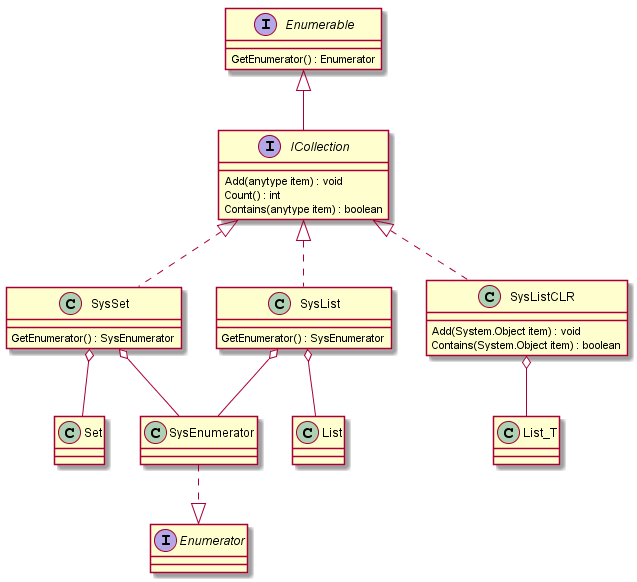
Before: out/schema/ICollection.png, a diagram exported from PlantUML (d-tolstov/Ax2009-ICollection).
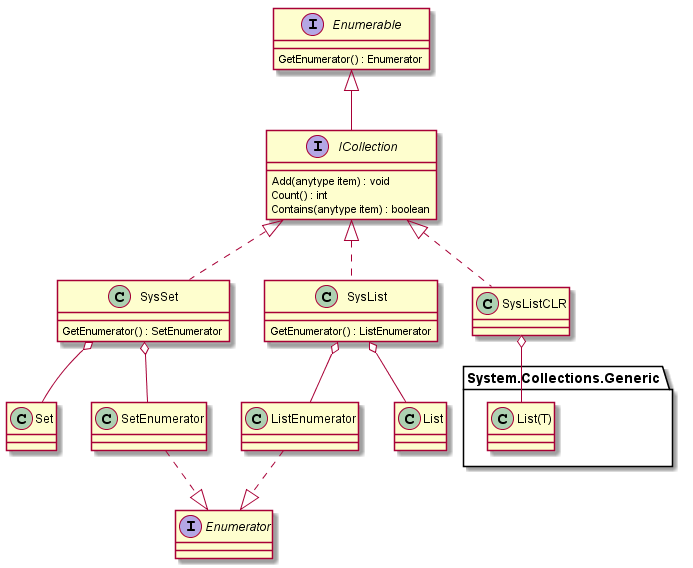
Above is the later version.

Diff of the diagram source:
```diff
@@ -12,7 +12,7 @@
 Enumerable <|-- ICollection
 
 class SysSet{
-    GetEnumerator() : SysEnumerator
+    GetEnumerator() : SetEnumerator
 }
 ICollection <|.. SysSet
 
@@ -20,32 +20,36 @@
 }
 SysSet o-- Set
 
+class SetEnumerator{
+}
+SysSet o-- SetEnumerator
+
 class SysList{
-    GetEnumerator() : SysEnumerator
+    GetEnumerator() : ListEnumerator
 }
 ICollection <|.. SysList
+
+class ListEnumerator{
+}
+SysList o-- ListEnumerator
 
 class List{
 }
 SysList o-- List
 
-class SysEnumerator{
-}
-SysList o-- SysEnumerator
-SysSet o-- SysEnumerator
-
 interface Enumerator{
 }
-SysEnumerator ..|> Enumerator
+SetEnumerator ..|> Enumerator
+ListEnumerator ..|> Enumerator
 
 class SysListCLR{
-    Add(System.Object item) : void
-    Contains(System.Object item) : boolean
 }
 ICollection <|.. SysListCLR
 
-class List_T{
+package System.Collections.Generic{
+    class List(T){
+    }
+    SysListCLR o-- "List(T)"
 }
-SysListCLR o-- List_T
 
 @enduml
```
